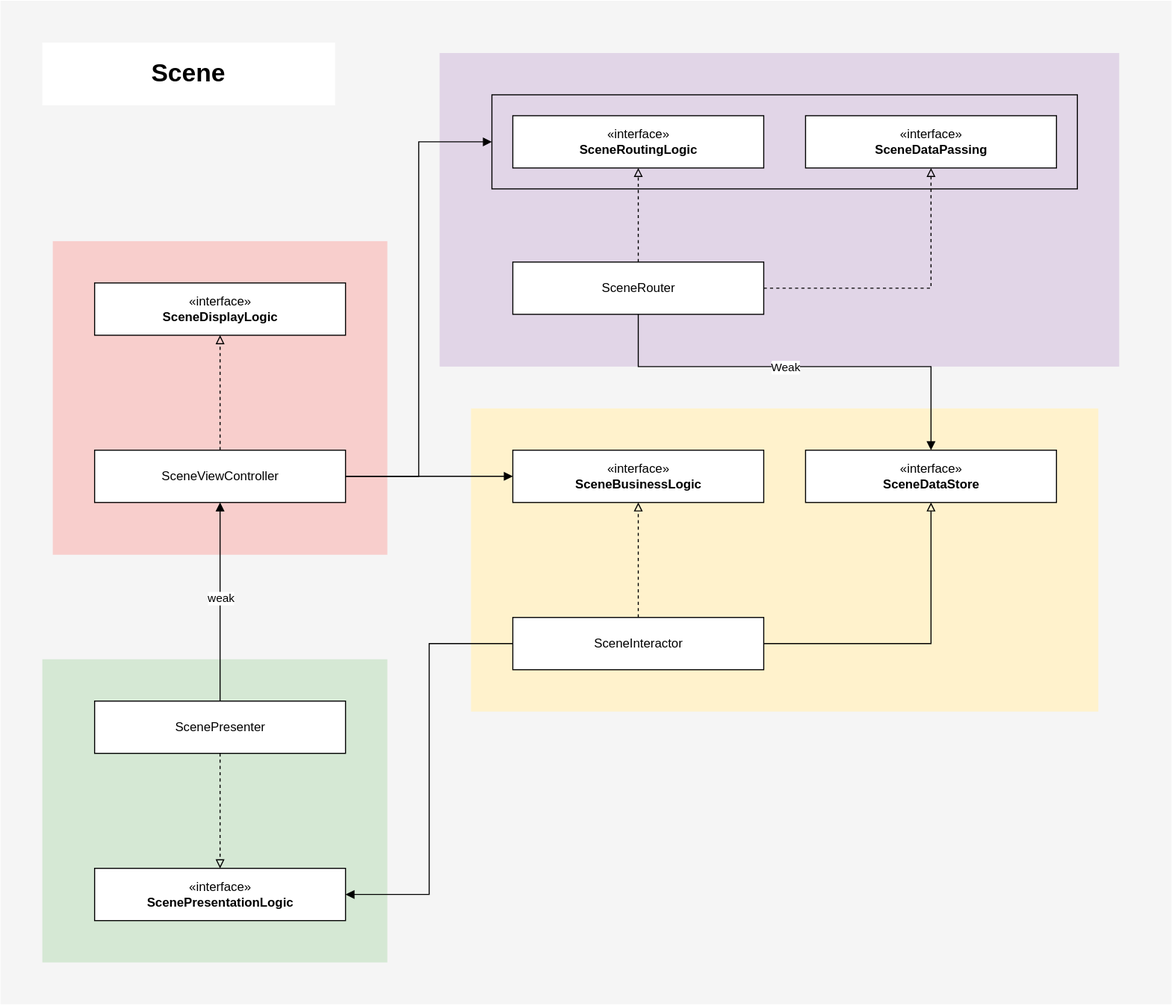
Above: karrot_clone_architecture.svg in statios/diagrams (draw.io), before the change. Source tidied: cells renumbered, new cells last; positions are measured from the earlier drawing's top-left corner, leaving out a move shared by most shapes.
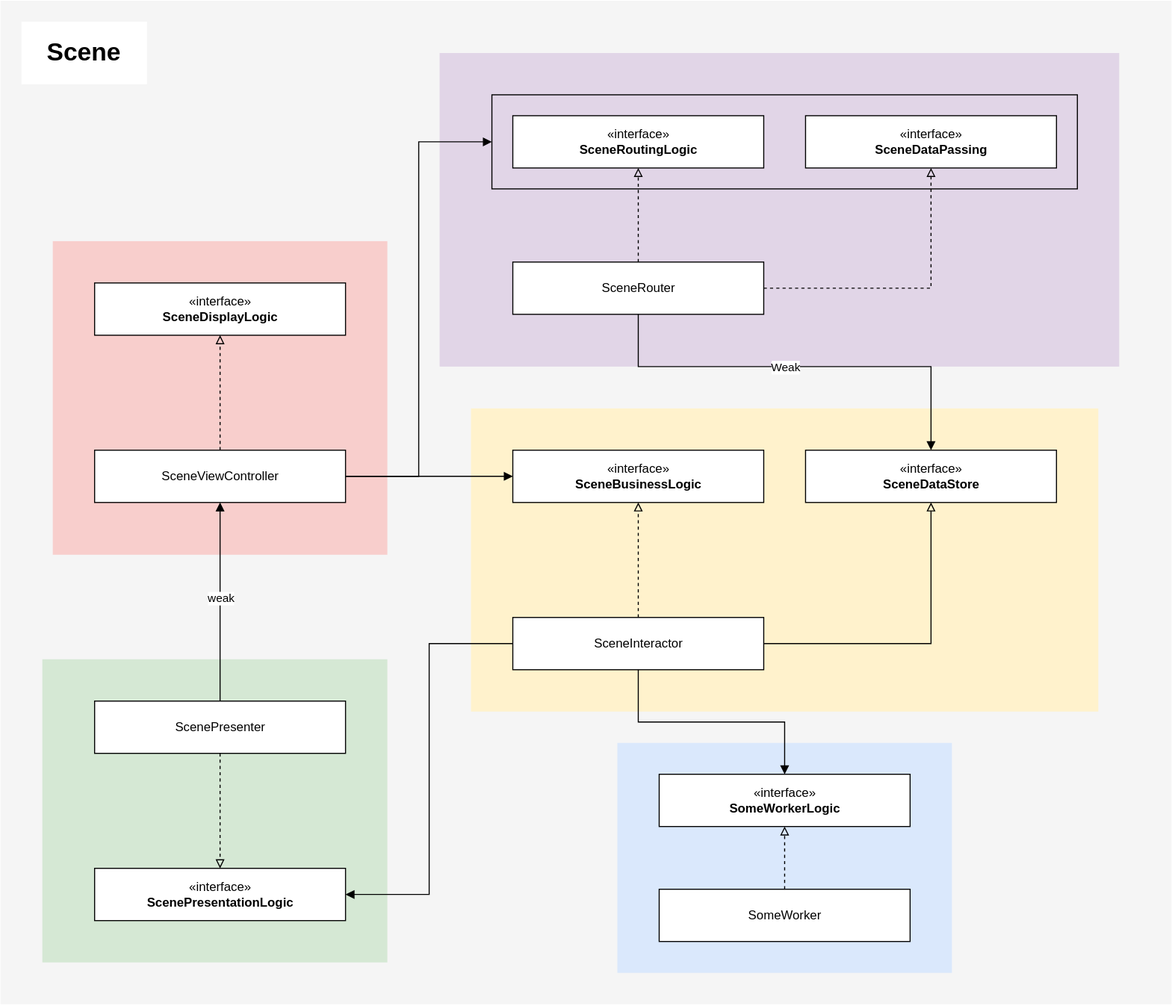
Above is the later version.

What changed in the source:
```diff
@@ -5,6 +5,9 @@
     <mxCell id="2" style="rounded=0;whiteSpace=wrap;html=1;fillColor=#f5f5f5;fontColor=#333333;strokeColor=none;" parent="1" vertex="1">
       <mxGeometry width="1120" height="960" as="geometry" />
     </mxCell>
+    <mxCell id="32" style="rounded=0;whiteSpace=wrap;html=1;fillColor=#dae8fc;strokeColor=none;" parent="1" vertex="1">
+      <mxGeometry x="590" y="710" width="320" height="220" as="geometry" />
+    </mxCell>
     <mxCell id="3" style="rounded=0;whiteSpace=wrap;html=1;fillColor=#e1d5e7;strokeColor=none;" parent="1" vertex="1">
       <mxGeometry x="420" y="50" width="650" height="300" as="geometry" />
     </mxCell>
@@ -47,6 +50,9 @@
     <mxCell id="16" style="edgeStyle=orthogonalEdgeStyle;rounded=0;jettySize=auto;html=1;entryX=1;entryY=0.5;entryDx=0;entryDy=0;endArrow=block;endFill=1;" parent="1" edge="1" source="17" target="19">
       <mxGeometry relative="1" as="geometry" />
     </mxCell>
+    <mxCell id="33" style="edgeStyle=orthogonalEdgeStyle;rounded=0;jettySize=auto;html=1;entryX=0.5;entryY=0;entryDx=0;entryDy=0;endArrow=block;endFill=1;" parent="1" edge="1" source="17" target="36">
+      <mxGeometry relative="1" as="geometry" />
+    </mxCell>
     <mxCell id="17" value="SceneInteractor" style="html=1;" parent="1" vertex="1">
       <mxGeometry x="490" y="590" width="240" height="50" as="geometry" />
     </mxCell>
@@ -95,7 +101,16 @@
       <mxGeometry x="490" y="250" width="240" height="50" as="geometry" />
     </mxCell>
     <mxCell id="31" value="Scene" style="text;html=1;strokeColor=none;align=center;verticalAlign=middle;whiteSpace=wrap;rounded=0;fillColor=#ffffff;fontSize=24;fontStyle=1;" parent="1" vertex="1">
-      <mxGeometry x="40" y="40" width="280" height="60" as="geometry" />
+      <mxGeometry x="20" y="20" width="120" height="60" as="geometry" />
     </mxCell>
+    <mxCell id="34" style="edgeStyle=orthogonalEdgeStyle;rounded=0;jettySize=auto;html=1;entryX=0.5;entryY=1;entryDx=0;entryDy=0;dashed=1;endArrow=block;endFill=0;" parent="1" edge="1" source="35" target="36">
+      <mxGeometry relative="1" as="geometry" />
+    </mxCell>
+    <mxCell id="35" value="SomeWorker" style="html=1;" parent="1" vertex="1">
+      <mxGeometry x="630" y="850" width="240" height="50" as="geometry" />
+    </mxCell>
+    <mxCell id="36" value="«interface»&lt;br&gt;&lt;b&gt;SomeWorkerLogic&lt;/b&gt;" style="html=1;" parent="1" vertex="1">
+      <mxGeometry x="630" y="740" width="240" height="50" as="geometry" />
+    </mxCell>
   </root>
 </mxGraphModel>
```
